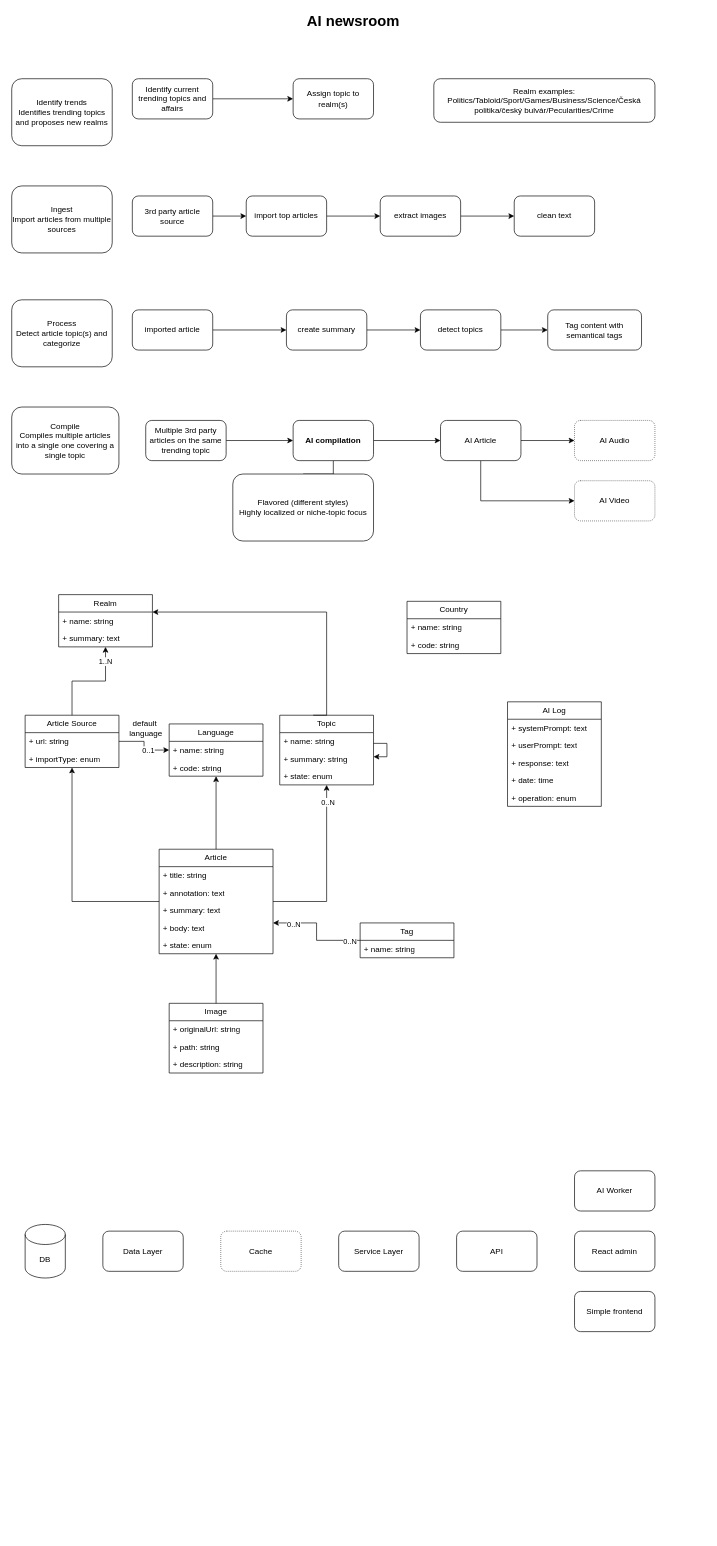
Above: doc/WorldNews.drawio in lotcz/world-news (draw.io), before the change. Source tidied: cells renumbered, new cells numbered last; positions are measured from the earlier drawing's top-left corner, leaving out a move shared by most shapes. Both pictures are drawn from the tidied source at 67%, with x=0, y=0 at pixel (11, 11).
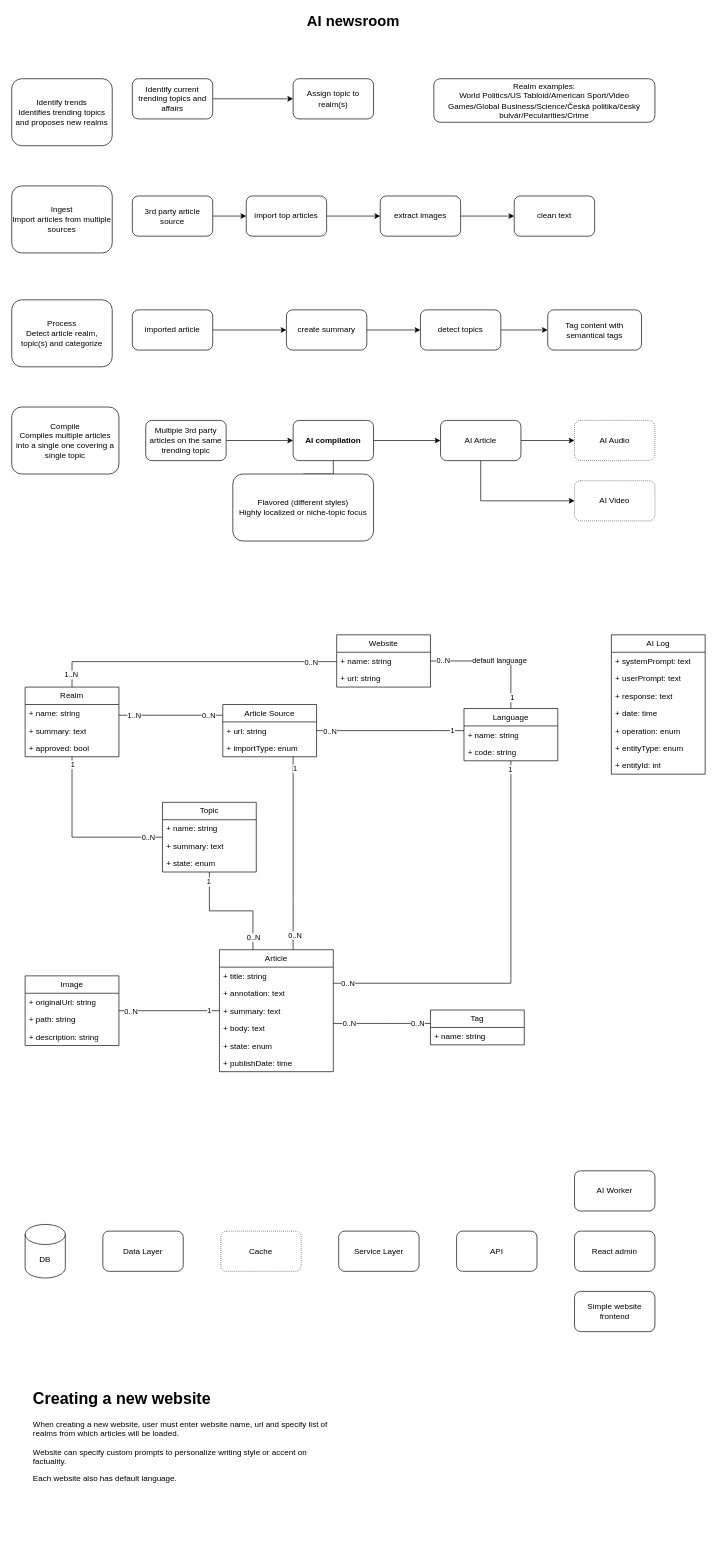
The same page after the edit.

Change to the diagram source:
```diff
@@
-    <mxCell id="17" value="&lt;div&gt;Realm examples:&lt;/div&gt;Politics/Tabloid/Sport/Games/Business/Science/Česká politika/český bulvár/Pecularities/Crime" style="rounded=1;whiteSpace=wrap;html=1;" parent="1" vertex="1">
+    <mxCell id="17" value="&lt;div&gt;Realm examples:&lt;/div&gt;World Politics/US Tabloid/American Sport/Video Games/Global Business/Science/Česká politika/český bulvár/Pecularities/Crime" style="rounded=1;whiteSpace=wrap;html=1;" parent="1" vertex="1">
       <mxGeometry x="630" y="100" width="330" height="65" as="geometry" />
     </mxCell>
@@
-    <mxCell id="24" style="edgeStyle=orthogonalEdgeStyle;rounded=0;jettySize=auto;html=1;" parent="1" edge="1" target="49">
-      <mxGeometry relative="1" as="geometry">
-        <mxPoint x="450" y="1050" as="sourcePoint" />
-        <Array as="points">
-          <mxPoint x="470" y="1050" />
-          <mxPoint x="470" y="896" />
-        </Array>
-      </mxGeometry>
-    </mxCell>
+    <mxCell id="93" style="edgeStyle=orthogonalEdgeStyle;shape=connector;rounded=0;jettySize=auto;html=1;strokeColor=default;align=center;verticalAlign=middle;fontFamily=Helvetica;fontSize=11;fontColor=default;labelBackgroundColor=default;endArrow=none;endFill=0;" parent="1" edge="1" source="25" target="49">
+      <mxGeometry relative="1" as="geometry" />
+    </mxCell>
+    <mxCell id="94" value="0..N" style="edgeLabel;html=1;align=center;verticalAlign=middle;fontFamily=Helvetica;fontSize=11;fontColor=default;labelBackgroundColor=default;" parent="93" vertex="1">
+      <mxGeometry x="-0.83" y="-1" relative="1" as="geometry" />
+    </mxCell>
+    <mxCell id="95" value="1" style="edgeLabel;html=1;align=center;verticalAlign=middle;fontFamily=Helvetica;fontSize=11;fontColor=default;labelBackgroundColor=default;" parent="93" vertex="1">
+      <mxGeometry x="0.91" relative="1" as="geometry" />
+    </mxCell>
     <mxCell id="25" value="Topic" style="swimlane;fontStyle=0;horizontal=1;startSize=26;fillColor=none;whiteSpace=wrap;html=1;" parent="1" vertex="1">
-      <mxGeometry x="400" y="1050" width="140" height="104" as="geometry" />
+      <mxGeometry x="225" y="1180" width="140" height="104" as="geometry" />
     </mxCell>
@@
-    <mxCell id="27" value="+ summary: string" style="text;strokeColor=none;fillColor=none;align=left;verticalAlign=top;spacingLeft=4;spacingRight=4;overflow=hidden;whiteSpace=wrap;html=1;" parent="25" vertex="1">
+    <mxCell id="27" value="+ summary: text" style="text;strokeColor=none;fillColor=none;align=left;verticalAlign=top;spacingLeft=4;spacingRight=4;overflow=hidden;whiteSpace=wrap;html=1;" parent="25" vertex="1">
       <mxGeometry y="52" width="140" height="26" as="geometry" />
     </mxCell>
@@
-    <mxCell id="29" style="edgeStyle=orthogonalEdgeStyle;rounded=0;jettySize=auto;html=1;" parent="1" edge="1" source="33" target="49">
-      <mxGeometry relative="1" as="geometry" />
+    <mxCell id="29" style="edgeStyle=orthogonalEdgeStyle;rounded=0;jettySize=auto;html=1;endArrow=none;endFill=0;" parent="1" edge="1" source="33" target="49">
+      <mxGeometry relative="1" as="geometry">
+        <Array as="points">
+          <mxPoint x="215" y="1050" />
+          <mxPoint x="215" y="1050" />
+        </Array>
+      </mxGeometry>
     </mxCell>
     <mxCell id="30" value="1..N" style="edgeLabel;html=1;align=center;verticalAlign=middle;" parent="29" vertex="1">
-      <mxGeometry x="0.72" y="1" relative="1" as="geometry" />
+      <mxGeometry x="0.72" y="1" relative="1" as="geometry">
+        <mxPoint y="-1" as="offset" />
+      </mxGeometry>
     </mxCell>
+    <mxCell id="96" value="0..N" style="edgeLabel;html=1;align=center;verticalAlign=middle;fontFamily=Helvetica;fontSize=11;fontColor=default;labelBackgroundColor=default;" parent="29" vertex="1">
+      <mxGeometry x="-0.72" relative="1" as="geometry" />
+    </mxCell>
-    <mxCell id="31" style="edgeStyle=orthogonalEdgeStyle;rounded=0;jettySize=auto;html=1;" parent="1" edge="1" source="33" target="36">
-      <mxGeometry relative="1" as="geometry" />
+    <mxCell id="31" style="edgeStyle=orthogonalEdgeStyle;shape=connector;rounded=0;jettySize=auto;html=1;strokeColor=default;align=center;verticalAlign=middle;fontFamily=Helvetica;fontSize=11;fontColor=default;labelBackgroundColor=default;endArrow=none;endFill=0;" parent="1" edge="1" source="33" target="36">
+      <mxGeometry relative="1" as="geometry">
+        <Array as="points">
+          <mxPoint x="635" y="1073" />
+          <mxPoint x="635" y="1073" />
+        </Array>
+      </mxGeometry>
     </mxCell>
-    <mxCell id="32" value="0..1" style="edgeLabel;html=1;align=center;verticalAlign=middle;" parent="31" vertex="1">
-      <mxGeometry x="0.28" relative="1" as="geometry" />
-    </mxCell>
+    <mxCell id="97" value="0..N" style="edgeLabel;html=1;align=center;verticalAlign=middle;fontFamily=Helvetica;fontSize=11;fontColor=default;labelBackgroundColor=default;" parent="31" vertex="1">
+      <mxGeometry x="-0.83" relative="1" as="geometry" />
+    </mxCell>
+    <mxCell id="98" value="1" style="edgeLabel;html=1;align=center;verticalAlign=middle;fontFamily=Helvetica;fontSize=11;fontColor=default;labelBackgroundColor=default;" parent="31" vertex="1">
+      <mxGeometry x="0.84" y="3" relative="1" as="geometry">
+        <mxPoint y="2" as="offset" />
+      </mxGeometry>
+    </mxCell>
     <mxCell id="33" value="Article Source" style="swimlane;fontStyle=0;horizontal=1;startSize=26;fillColor=none;whiteSpace=wrap;html=1;" parent="1" vertex="1">
-      <mxGeometry x="20" y="1050" width="140" height="78" as="geometry" />
+      <mxGeometry x="315" y="1034" width="140" height="78" as="geometry" />
     </mxCell>
@@
     <mxCell id="36" value="Language" style="swimlane;fontStyle=0;horizontal=1;startSize=26;fillColor=none;whiteSpace=wrap;html=1;" parent="1" vertex="1">
-      <mxGeometry x="235" y="1063" width="140" height="78" as="geometry" />
+      <mxGeometry x="675" y="1040" width="140" height="78" as="geometry" />
     </mxCell>
@@
-    <mxCell id="39" style="edgeStyle=orthogonalEdgeStyle;rounded=0;jettySize=auto;html=1;" parent="1" edge="1" source="43" target="36">
-      <mxGeometry relative="1" as="geometry" />
+    <mxCell id="39" style="edgeStyle=orthogonalEdgeStyle;rounded=0;jettySize=auto;html=1;endArrow=none;endFill=0;" parent="1" edge="1" source="43" target="36">
+      <mxGeometry relative="1" as="geometry">
+        <Array as="points">
+          <mxPoint x="745" y="1450" />
+        </Array>
+      </mxGeometry>
     </mxCell>
-    <mxCell id="40" style="edgeStyle=orthogonalEdgeStyle;rounded=0;jettySize=auto;html=1;" parent="1" edge="1" source="43" target="33">
-      <mxGeometry relative="1" as="geometry" />
-    </mxCell>
+    <mxCell id="99" value="1" style="edgeLabel;html=1;align=center;verticalAlign=middle;fontFamily=Helvetica;fontSize=11;fontColor=default;labelBackgroundColor=default;" parent="39" vertex="1">
+      <mxGeometry x="0.96" y="2" relative="1" as="geometry" />
+    </mxCell>
+    <mxCell id="100" value="0..N" style="edgeLabel;html=1;align=center;verticalAlign=middle;fontFamily=Helvetica;fontSize=11;fontColor=default;labelBackgroundColor=default;" parent="39" vertex="1">
+      <mxGeometry x="-0.95" relative="1" as="geometry">
+        <mxPoint x="6" as="offset" />
+      </mxGeometry>
+    </mxCell>
-    <mxCell id="41" style="edgeStyle=orthogonalEdgeStyle;rounded=0;jettySize=auto;html=1;" parent="1" edge="1" source="43" target="25">
-      <mxGeometry relative="1" as="geometry" />
+    <mxCell id="41" style="edgeStyle=orthogonalEdgeStyle;rounded=0;jettySize=auto;html=1;endArrow=none;endFill=0;" parent="1" edge="1" source="43" target="25">
+      <mxGeometry relative="1" as="geometry">
+        <Array as="points">
+          <mxPoint x="360" y="1342" />
+          <mxPoint x="295" y="1342" />
+        </Array>
+      </mxGeometry>
     </mxCell>
-    <mxCell id="42" value="0..N" style="edgeLabel;html=1;align=center;verticalAlign=middle;" parent="41" vertex="1">
-      <mxGeometry x="0.8" y="-1" relative="1" as="geometry" />
+    <mxCell id="42" value="1" style="edgeLabel;html=1;align=center;verticalAlign=middle;" parent="41" vertex="1">
+      <mxGeometry x="0.8" y="-1" relative="1" as="geometry">
+        <mxPoint x="-3" y="-4" as="offset" />
+      </mxGeometry>
     </mxCell>
+    <mxCell id="101" value="0..N" style="edgeLabel;html=1;align=center;verticalAlign=middle;fontFamily=Helvetica;fontSize=11;fontColor=default;labelBackgroundColor=default;" parent="41" vertex="1">
+      <mxGeometry x="-0.79" relative="1" as="geometry" />
+    </mxCell>
+    <mxCell id="40" style="edgeStyle=orthogonalEdgeStyle;shape=connector;rounded=0;jettySize=auto;html=1;strokeColor=default;align=center;verticalAlign=middle;fontFamily=Helvetica;fontSize=11;fontColor=default;labelBackgroundColor=default;endArrow=none;endFill=0;" parent="1" edge="1" source="43" target="33">
+      <mxGeometry relative="1" as="geometry">
+        <Array as="points">
+          <mxPoint x="420" y="1330" />
+          <mxPoint x="420" y="1330" />
+        </Array>
+      </mxGeometry>
+    </mxCell>
+    <mxCell id="102" value="1" style="edgeLabel;html=1;align=center;verticalAlign=middle;fontFamily=Helvetica;fontSize=11;fontColor=default;labelBackgroundColor=default;" parent="40" vertex="1">
+      <mxGeometry x="0.88" y="-2" relative="1" as="geometry" />
+    </mxCell>
+    <mxCell id="103" value="0..N" style="edgeLabel;html=1;align=center;verticalAlign=middle;fontFamily=Helvetica;fontSize=11;fontColor=default;labelBackgroundColor=default;" parent="40" vertex="1">
+      <mxGeometry x="-0.85" y="-2" relative="1" as="geometry" />
+    </mxCell>
     <mxCell id="43" value="Article" style="swimlane;fontStyle=0;horizontal=1;startSize=26;fillColor=none;whiteSpace=wrap;html=1;" parent="1" vertex="1">
-      <mxGeometry x="220" y="1250" width="170" height="156" as="geometry" />
+      <mxGeometry x="310" y="1400" width="170" height="182" as="geometry" />
     </mxCell>
@@
+    <mxCell id="104" value="+ publishDate: time" style="text;strokeColor=none;fillColor=none;align=left;verticalAlign=top;spacingLeft=4;spacingRight=4;overflow=hidden;whiteSpace=wrap;html=1;" parent="43" vertex="1">
+      <mxGeometry y="156" width="170" height="26" as="geometry" />
+    </mxCell>
+    <mxCell id="105" style="edgeStyle=orthogonalEdgeStyle;rounded=0;jettySize=auto;html=1;endArrow=none;endFill=0;" parent="1" edge="1" source="49" target="116">
+      <mxGeometry relative="1" as="geometry">
+        <Array as="points">
+          <mxPoint x="90" y="970" />
+        </Array>
+      </mxGeometry>
+    </mxCell>
+    <mxCell id="106" value="0..N" style="edgeLabel;html=1;align=center;verticalAlign=middle;fontFamily=Helvetica;fontSize=11;fontColor=default;labelBackgroundColor=default;" parent="105" vertex="1">
+      <mxGeometry x="0.82" relative="1" as="geometry" />
+    </mxCell>
+    <mxCell id="107" value="1..N" style="edgeLabel;html=1;align=center;verticalAlign=middle;fontFamily=Helvetica;fontSize=11;fontColor=default;labelBackgroundColor=default;" parent="105" vertex="1">
+      <mxGeometry x="-0.87" y="2" relative="1" as="geometry">
+        <mxPoint y="9" as="offset" />
+      </mxGeometry>
+    </mxCell>
     <mxCell id="49" value="Realm" style="swimlane;fontStyle=0;horizontal=1;startSize=26;fillColor=none;whiteSpace=wrap;html=1;" parent="1" vertex="1">
-      <mxGeometry x="70" y="870" width="140" height="78" as="geometry" />
+      <mxGeometry x="20" y="1008" width="140" height="104" as="geometry" />
     </mxCell>
@@
+    <mxCell id="108" value="+ approved: bool" style="text;strokeColor=none;fillColor=none;align=left;verticalAlign=top;spacingLeft=4;spacingRight=4;overflow=hidden;whiteSpace=wrap;html=1;" parent="49" vertex="1">
+      <mxGeometry y="78" width="140" height="26" as="geometry" />
+    </mxCell>
-    <mxCell id="52" style="edgeStyle=orthogonalEdgeStyle;rounded=0;jettySize=auto;html=1;" parent="1" edge="1" source="53" target="43">
+    <mxCell id="52" style="edgeStyle=orthogonalEdgeStyle;rounded=0;jettySize=auto;html=1;endArrow=none;endFill=0;" parent="1" edge="1" source="53" target="43">
       <mxGeometry relative="1" as="geometry" />
     </mxCell>
+    <mxCell id="109" value="1" style="edgeLabel;html=1;align=center;verticalAlign=middle;fontFamily=Helvetica;fontSize=11;fontColor=default;labelBackgroundColor=default;" parent="52" vertex="1">
+      <mxGeometry x="0.79" y="1" relative="1" as="geometry" />
+    </mxCell>
+    <mxCell id="110" value="0..N" style="edgeLabel;html=1;align=center;verticalAlign=middle;fontFamily=Helvetica;fontSize=11;fontColor=default;labelBackgroundColor=default;" parent="52" vertex="1">
+      <mxGeometry x="-0.77" y="-1" relative="1" as="geometry">
+        <mxPoint y="-1" as="offset" />
+      </mxGeometry>
+    </mxCell>
     <mxCell id="53" value="Image" style="swimlane;fontStyle=0;horizontal=1;startSize=26;fillColor=none;whiteSpace=wrap;html=1;" parent="1" vertex="1">
-      <mxGeometry x="235" y="1480" width="140" height="104" as="geometry" />
+      <mxGeometry x="20" y="1439" width="140" height="104" as="geometry" />
     </mxCell>
@@
-    <mxCell id="57" style="edgeStyle=orthogonalEdgeStyle;rounded=0;orthogonalLoop=1;jettySize=auto;html=1;" parent="1" edge="1" source="25" target="25">
-      <mxGeometry relative="1" as="geometry" />
-    </mxCell>
-    <mxCell id="58" value="default&amp;nbsp;&lt;div&gt;language&lt;/div&gt;" style="text;html=1;align=center;verticalAlign=middle;strokeColor=none;fillColor=none;" parent="1" vertex="1">
-      <mxGeometry x="165" y="1050" width="70" height="40" as="geometry" />
-    </mxCell>
-    <mxCell id="59" value="Process&lt;br&gt;&lt;div&gt;Detect article topic(s) and categorize&lt;/div&gt;" style="rounded=1;whiteSpace=wrap;html=1;" parent="1" vertex="1">
+    <mxCell id="59" value="Process&lt;br&gt;&lt;div&gt;Detect article realm, topic(s) and categorize&lt;/div&gt;" style="rounded=1;whiteSpace=wrap;html=1;" parent="1" vertex="1">
       <mxGeometry y="430" width="150" height="100" as="geometry" />
     </mxCell>
@@
     <mxCell id="65" value="AI Log" style="swimlane;fontStyle=0;horizontal=1;startSize=26;fillColor=none;whiteSpace=wrap;html=1;" parent="1" vertex="1">
-      <mxGeometry x="740" y="1030" width="140" height="156" as="geometry" />
+      <mxGeometry x="895" y="930" width="140" height="208" as="geometry" />
     </mxCell>
@@
+    <mxCell id="111" value="+ entityType: enum" style="text;strokeColor=none;fillColor=none;align=left;verticalAlign=top;spacingLeft=4;spacingRight=4;overflow=hidden;whiteSpace=wrap;html=1;" parent="65" vertex="1">
+      <mxGeometry y="156" width="140" height="26" as="geometry" />
+    </mxCell>
+    <mxCell id="112" value="+ entityId: int" style="text;strokeColor=none;fillColor=none;align=left;verticalAlign=top;spacingLeft=4;spacingRight=4;overflow=hidden;whiteSpace=wrap;html=1;" parent="65" vertex="1">
+      <mxGeometry y="182" width="140" height="26" as="geometry" />
+    </mxCell>
-    <mxCell id="71" style="edgeStyle=orthogonalEdgeStyle;rounded=0;jettySize=auto;html=1;" parent="1" edge="1" source="74" target="43">
+    <mxCell id="71" style="edgeStyle=orthogonalEdgeStyle;rounded=0;jettySize=auto;html=1;endArrow=none;endFill=0;" parent="1" edge="1" source="74" target="43">
       <mxGeometry relative="1" as="geometry">
         <Array as="points">
-          <mxPoint x="455" y="1386" />
-          <mxPoint x="455" y="1360" />
+          <mxPoint x="565" y="1510" />
+          <mxPoint x="565" y="1510" />
         </Array>
       </mxGeometry>
     </mxCell>
     <mxCell id="72" value="0..N" style="edgeLabel;html=1;align=center;verticalAlign=middle;" parent="71" vertex="1">
-      <mxGeometry x="0.62" y="1" relative="1" as="geometry" />
+      <mxGeometry x="0.62" y="1" relative="1" as="geometry">
+        <mxPoint x="-5" y="-2" as="offset" />
+      </mxGeometry>
     </mxCell>
     <mxCell id="73" value="0..N" style="edgeLabel;html=1;align=center;verticalAlign=middle;" parent="71" vertex="1">
       <mxGeometry x="-0.85" y="1" relative="1" as="geometry">
-        <mxPoint x="-4" as="offset" />
+        <mxPoint x="-9" y="-2" as="offset" />
       </mxGeometry>
     </mxCell>
     <mxCell id="74" value="Tag" style="swimlane;fontStyle=0;horizontal=1;startSize=26;fillColor=none;whiteSpace=wrap;html=1;" parent="1" vertex="1">
-      <mxGeometry x="520" y="1360" width="140" height="52" as="geometry" />
+      <mxGeometry x="625" y="1490" width="140" height="52" as="geometry" />
     </mxCell>
@@
-    <mxCell id="83" value="Simple frontend" style="rounded=1;whiteSpace=wrap;html=1;" parent="1" vertex="1">
+    <mxCell id="83" value="Simple website frontend" style="rounded=1;whiteSpace=wrap;html=1;" parent="1" vertex="1">
       <mxGeometry x="840" y="1910" width="120" height="60" as="geometry" />
     </mxCell>
@@
-    <mxCell id="87" value="Country" style="swimlane;fontStyle=0;horizontal=1;startSize=26;fillColor=none;whiteSpace=wrap;html=1;" parent="1" vertex="1">
-      <mxGeometry x="590" y="880" width="140" height="78" as="geometry" />
-    </mxCell>
-    <mxCell id="88" value="+ name: string" style="text;strokeColor=none;fillColor=none;align=left;verticalAlign=top;spacingLeft=4;spacingRight=4;overflow=hidden;whiteSpace=wrap;html=1;" parent="87" vertex="1">
-      <mxGeometry y="26" width="140" height="26" as="geometry" />
-    </mxCell>
-    <mxCell id="89" value="+ code: string" style="text;strokeColor=none;fillColor=none;align=left;verticalAlign=top;spacingLeft=4;spacingRight=4;overflow=hidden;whiteSpace=wrap;html=1;" parent="87" vertex="1">
-      <mxGeometry y="52" width="140" height="26" as="geometry" />
-    </mxCell>
@@
+    <mxCell id="113" style="edgeStyle=orthogonalEdgeStyle;shape=connector;rounded=0;jettySize=auto;html=1;strokeColor=default;align=center;verticalAlign=middle;fontFamily=Helvetica;fontSize=11;fontColor=default;labelBackgroundColor=default;endArrow=none;endFill=0;" parent="1" edge="1" source="116" target="36">
+      <mxGeometry relative="1" as="geometry" />
+    </mxCell>
+    <mxCell id="114" value="0..N" style="edgeLabel;html=1;align=center;verticalAlign=middle;fontFamily=Helvetica;fontSize=11;fontColor=default;labelBackgroundColor=default;" parent="113" vertex="1">
+      <mxGeometry x="-0.81" y="1" relative="1" as="geometry" />
+    </mxCell>
+    <mxCell id="115" value="1" style="edgeLabel;html=1;align=center;verticalAlign=middle;fontFamily=Helvetica;fontSize=11;fontColor=default;labelBackgroundColor=default;" parent="113" vertex="1">
+      <mxGeometry x="0.82" y="1" relative="1" as="geometry" />
+    </mxCell>
+    <mxCell id="58" value="default language" style="edgeLabel;html=1;align=center;verticalAlign=middle;fontFamily=Helvetica;fontSize=11;fontColor=default;labelBackgroundColor=default;" parent="113" vertex="1">
+      <mxGeometry x="0.07" y="2" relative="1" as="geometry" />
+    </mxCell>
+    <mxCell id="116" value="Website" style="swimlane;fontStyle=0;horizontal=1;startSize=26;fillColor=none;whiteSpace=wrap;html=1;" parent="1" vertex="1">
+      <mxGeometry x="485" y="930" width="140" height="78" as="geometry" />
+    </mxCell>
+    <mxCell id="88" value="+ name: string" style="text;strokeColor=none;fillColor=none;align=left;verticalAlign=top;spacingLeft=4;spacingRight=4;overflow=hidden;whiteSpace=wrap;html=1;" parent="116" vertex="1">
+      <mxGeometry y="26" width="140" height="26" as="geometry" />
+    </mxCell>
+    <mxCell id="117" value="+ url: string" style="text;strokeColor=none;fillColor=none;align=left;verticalAlign=top;spacingLeft=4;spacingRight=4;overflow=hidden;whiteSpace=wrap;html=1;" parent="116" vertex="1">
+      <mxGeometry y="52" width="140" height="26" as="geometry" />
+    </mxCell>
+    <mxCell id="118" value="&lt;h1 style=&quot;margin-top: 0px;&quot;&gt;Creating a new website&lt;/h1&gt;&lt;p&gt;When creating a new website, user must enter website name, url and specify l&lt;span style=&quot;background-color: transparent; color: light-dark(rgb(0, 0, 0), rgb(255, 255, 255));&quot;&gt;ist of realms from which articles will be loaded.&lt;/span&gt;&lt;/p&gt;&lt;p&gt;&lt;span style=&quot;background-color: transparent; color: light-dark(rgb(0, 0, 0), rgb(255, 255, 255));&quot;&gt;Website can specify custom prompts to personalize writing style or accent on factuality.&lt;/span&gt;&lt;/p&gt;&lt;p&gt;Each website also has default language.&lt;/p&gt;" style="text;html=1;whiteSpace=wrap;overflow=hidden;rounded=0;" parent="1" vertex="1">
+      <mxGeometry x="30" y="2050" width="450" height="220" as="geometry" />
+    </mxCell>
```
